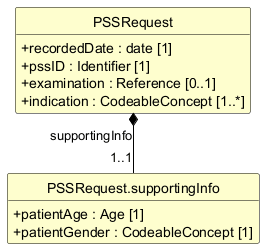
Earlier version of the PlantUML export exports/diagrams/PSSRequest-uml.png (caresets/caresets-src).
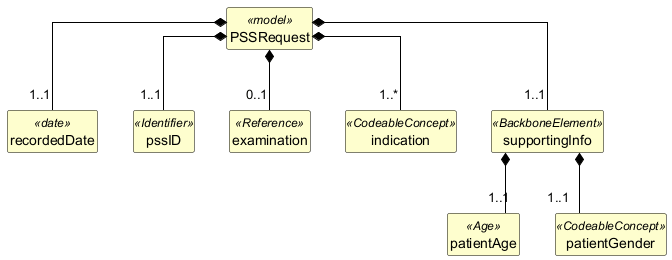
Later version of the same file.

Change to the diagram source:
```diff
@@ -12,17 +12,35 @@
 hide circle
 hide empty members
 
-class "PSSRequest" as PSSRequest {
-  +recordedDate : date [1]
-  +pssID : Identifier [1]
-  +examination : Reference [0..1]
-  +indication : CodeableConcept [1..*]
+class "PSSRequest" as PSSRequest <<model>> {
 }
 
-class "PSSRequest.supportingInfo" as PSSRequest_supportingInfo {
-  +patientAge : Age [1]
-  +patientGender : CodeableConcept [1]
+class "recordedDate" as PSSRequest_recordedDate <<date>> {
 }
 
-PSSRequest *-- "1..1" PSSRequest_supportingInfo : supportingInfo
+class "pssID" as PSSRequest_pssID <<Identifier>> {
+}
+
+class "examination" as PSSRequest_examination <<Reference>> {
+}
+
+class "indication" as PSSRequest_indication <<CodeableConcept>> {
+}
+
+class "supportingInfo" as PSSRequest_supportingInfo <<BackboneElement>> {
+}
+
+class "patientAge" as PSSRequest_supportingInfo_patientAge <<Age>> {
+}
+
+class "patientGender" as PSSRequest_supportingInfo_patientGender <<CodeableConcept>> {
+}
+
+PSSRequest *-- "1..1" PSSRequest_recordedDate
+PSSRequest *-- "1..1" PSSRequest_pssID
+PSSRequest *-- "0..1" PSSRequest_examination
+PSSRequest *-- "1..*" PSSRequest_indication
+PSSRequest *-- "1..1" PSSRequest_supportingInfo
+PSSRequest_supportingInfo *-- "1..1" PSSRequest_supportingInfo_patientAge
+PSSRequest_supportingInfo *-- "1..1" PSSRequest_supportingInfo_patientGender
 @enduml
```
